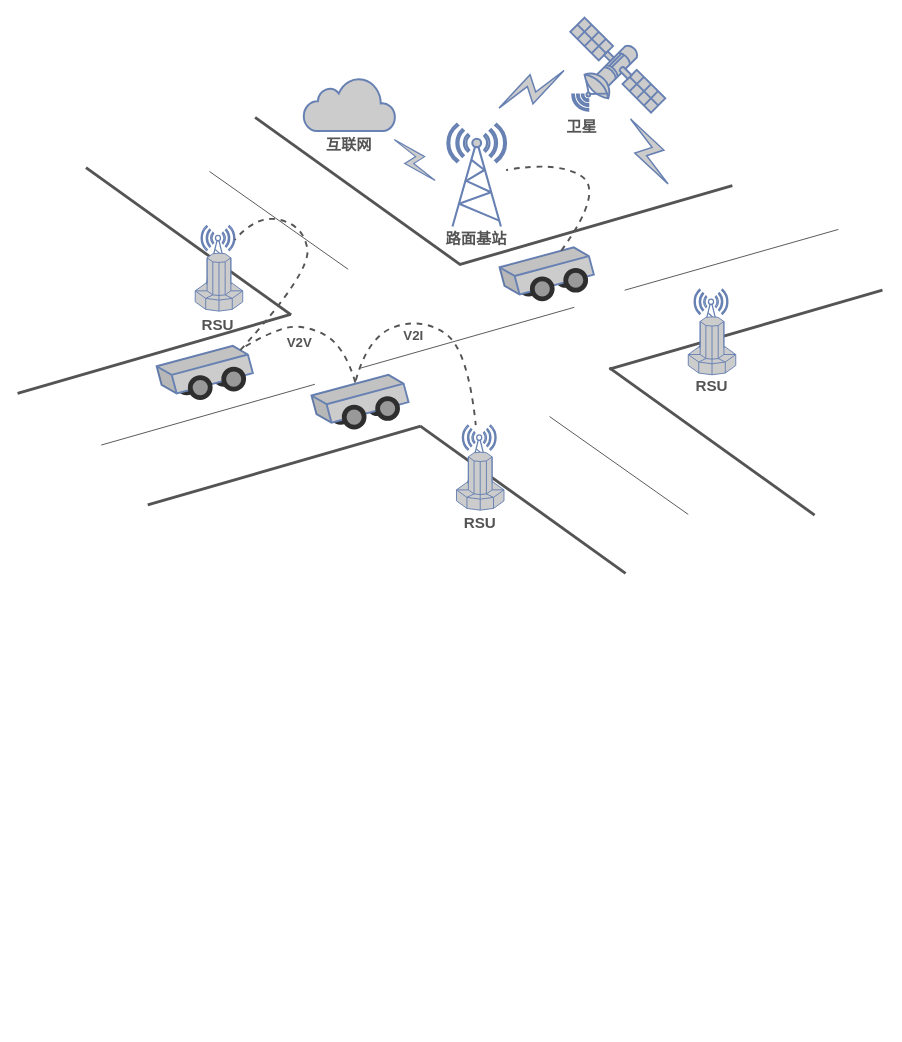
This is cluster/vanet-sys.drawio from trevorHsu/draftChart, a draw.io file, before an edit. Source tidied: cells renumbered, new cells numbered last; positions are measured from the earlier drawing's top-left corner, leaving out a move shared by most shapes. Both pictures are drawn from the tidied source at 95%, with x=0, y=0 at pixel (17, 17).
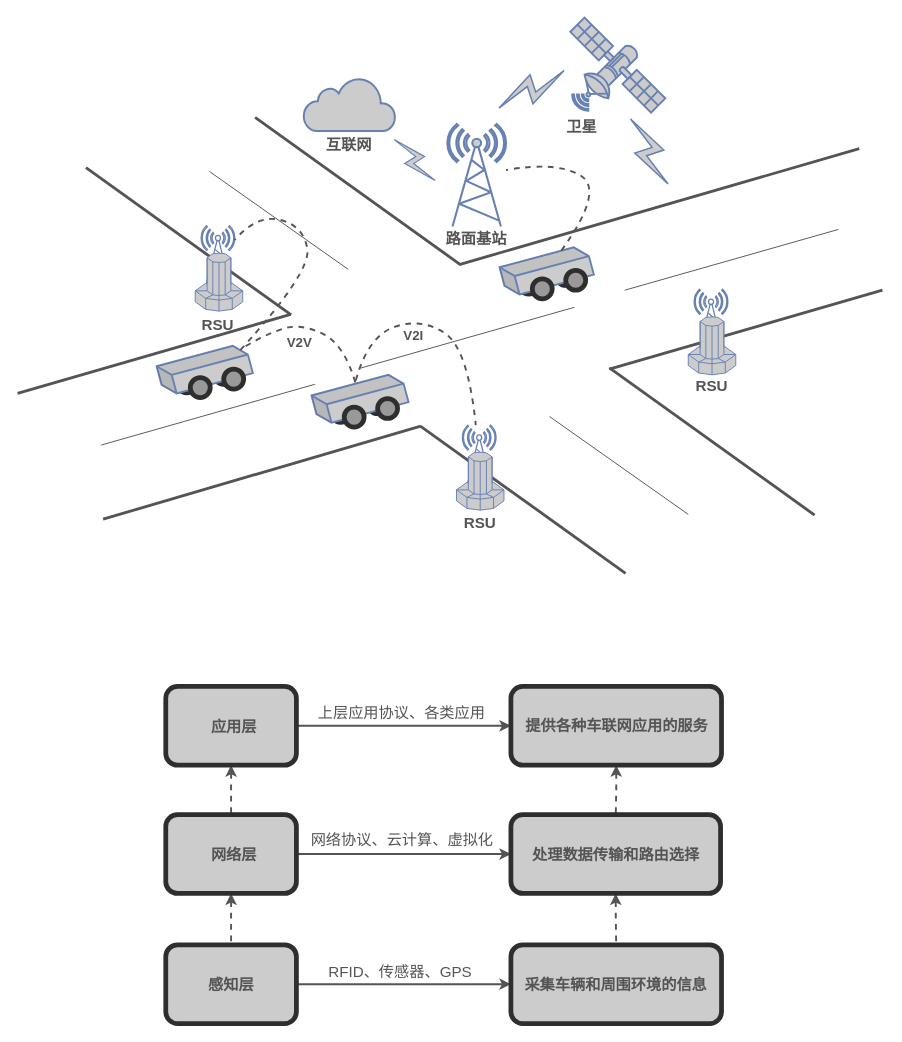
After the change.

The edit, as a diff of the source:
```diff
@@
     <mxCell id="22" style="endArrow=none;html=1;rounded=0;strokeWidth=3;strokeColor=#545454;" parent="1" edge="1">
       <mxGeometry relative="1" as="geometry">
-        <mxPoint x="137" y="513" as="sourcePoint" />
+        <mxPoint x="90" y="528" as="sourcePoint" />
         <mxPoint x="424.4" y="430" as="targetPoint" />
       </mxGeometry>
     </mxCell>
@@
     <mxCell id="25" style="endArrow=none;html=1;rounded=0;strokeWidth=3;strokeColor=#545454;" parent="1" edge="1">
       <mxGeometry relative="1" as="geometry">
         <mxPoint x="465" y="260" as="sourcePoint" />
-        <mxPoint x="752.4" y="177" as="targetPoint" />
+        <mxPoint x="886" y="138" as="targetPoint" />
       </mxGeometry>
     </mxCell>
@@
+    <mxCell id="54" style="edgeStyle=orthogonalEdgeStyle;rounded=0;jettySize=auto;html=1;exitX=1;exitY=0.5;exitDx=0;exitDy=0;entryX=0;entryY=0.5;entryDx=0;entryDy=0;strokeColor=#545454;strokeWidth=2;fontSize=14;fontColor=#545454;endArrow=classic;endFill=1;" parent="1" edge="1" source="56" target="58">
+      <mxGeometry relative="1" as="geometry" />
+    </mxCell>
+    <mxCell id="55" style="edgeStyle=orthogonalEdgeStyle;rounded=0;jettySize=auto;html=1;exitX=0.5;exitY=1;exitDx=0;exitDy=0;entryX=0.5;entryY=0;entryDx=0;entryDy=0;strokeColor=#545454;strokeWidth=2;fontSize=14;fontColor=#545454;endArrow=none;endFill=0;startArrow=classic;startFill=1;dashed=1;" parent="1" edge="1" source="56" target="61">
+      <mxGeometry relative="1" as="geometry" />
+    </mxCell>
+    <mxCell id="56" style="rounded=1;whiteSpace=wrap;html=1;fillStyle=auto;strokeColor=#2E2E2E;strokeWidth=5;fontSize=14;fontColor=#545454;fillColor=#cccccc;gradientColor=none;" parent="1" vertex="1">
+      <mxGeometry x="156" y="704" width="137.5" height="83" as="geometry" />
+    </mxCell>
+    <mxCell id="57" style="edgeStyle=orthogonalEdgeStyle;rounded=0;jettySize=auto;html=1;exitX=0.5;exitY=1;exitDx=0;exitDy=0;entryX=0.5;entryY=0;entryDx=0;entryDy=0;strokeColor=#545454;strokeWidth=2;fontSize=14;fontColor=#545454;endArrow=none;endFill=0;startArrow=classic;startFill=1;dashed=1;" parent="1" edge="1" source="58" target="63">
+      <mxGeometry relative="1" as="geometry" />
+    </mxCell>
+    <mxCell id="58" style="rounded=1;whiteSpace=wrap;html=1;fillStyle=auto;strokeColor=#2E2E2E;strokeWidth=5;fontSize=14;fontColor=#545454;fillColor=#cccccc;gradientColor=none;" parent="1" vertex="1">
+      <mxGeometry x="519.3" y="704" width="221.7" height="83" as="geometry" />
+    </mxCell>
+    <mxCell id="59" style="edgeStyle=orthogonalEdgeStyle;rounded=0;jettySize=auto;html=1;exitX=1;exitY=0.5;exitDx=0;exitDy=0;entryX=0;entryY=0.5;entryDx=0;entryDy=0;strokeColor=#545454;strokeWidth=2;fontSize=14;fontColor=#545454;endArrow=classic;endFill=1;" parent="1" edge="1" source="61" target="63">
+      <mxGeometry relative="1" as="geometry" />
+    </mxCell>
+    <mxCell id="60" style="edgeStyle=orthogonalEdgeStyle;rounded=0;jettySize=auto;html=1;exitX=0.5;exitY=1;exitDx=0;exitDy=0;entryX=0.5;entryY=0;entryDx=0;entryDy=0;strokeColor=#545454;strokeWidth=2;fontSize=14;fontColor=#545454;endArrow=none;endFill=0;startArrow=classic;startFill=1;dashed=1;" parent="1" edge="1" source="61" target="65">
+      <mxGeometry relative="1" as="geometry" />
+    </mxCell>
+    <mxCell id="61" style="rounded=1;whiteSpace=wrap;html=1;fillStyle=auto;strokeColor=#2E2E2E;strokeWidth=5;fontSize=14;fontColor=#545454;fillColor=#cccccc;gradientColor=none;" parent="1" vertex="1">
+      <mxGeometry x="156" y="839" width="137.5" height="83" as="geometry" />
+    </mxCell>
+    <mxCell id="62" style="edgeStyle=orthogonalEdgeStyle;rounded=0;jettySize=auto;html=1;exitX=0.5;exitY=1;exitDx=0;exitDy=0;entryX=0.5;entryY=0;entryDx=0;entryDy=0;strokeColor=#545454;strokeWidth=2;fontSize=14;fontColor=#545454;endArrow=none;endFill=0;startArrow=classic;startFill=1;dashed=1;" parent="1" edge="1" source="63" target="66">
+      <mxGeometry relative="1" as="geometry" />
+    </mxCell>
+    <mxCell id="63" style="rounded=1;whiteSpace=wrap;html=1;fillStyle=auto;strokeColor=#2E2E2E;strokeWidth=5;fontSize=14;fontColor=#545454;fillColor=#cccccc;gradientColor=none;" parent="1" vertex="1">
+      <mxGeometry x="519.3" y="839" width="220.7" height="83" as="geometry" />
+    </mxCell>
+    <mxCell id="64" style="edgeStyle=orthogonalEdgeStyle;rounded=0;jettySize=auto;html=1;exitX=1;exitY=0.5;exitDx=0;exitDy=0;entryX=0;entryY=0.5;entryDx=0;entryDy=0;strokeColor=#545454;strokeWidth=2;fontSize=14;fontColor=#545454;endArrow=classic;endFill=1;" parent="1" edge="1" source="65" target="66">
+      <mxGeometry relative="1" as="geometry" />
+    </mxCell>
+    <mxCell id="65" style="rounded=1;whiteSpace=wrap;html=1;fillStyle=auto;strokeColor=#2E2E2E;strokeWidth=5;fontSize=14;fontColor=#545454;fillColor=#cccccc;gradientColor=none;" parent="1" vertex="1">
+      <mxGeometry x="156" y="976" width="137.5" height="83" as="geometry" />
+    </mxCell>
+    <mxCell id="66" style="rounded=1;whiteSpace=wrap;html=1;fillStyle=auto;strokeColor=#2E2E2E;strokeWidth=5;fontSize=14;fontColor=#545454;fillColor=#cccccc;gradientColor=none;" parent="1" vertex="1">
+      <mxGeometry x="519.3" y="976" width="221.7" height="83" as="geometry" />
+    </mxCell>
+    <mxCell id="67" value="应用层" style="text;strokeColor=none;align=center;fillColor=none;html=1;verticalAlign=middle;whiteSpace=wrap;rounded=0;fontSize=16;fontColor=#545454;fontStyle=1;" parent="1" vertex="1">
+      <mxGeometry x="197.5" y="730.5" width="60" height="30" as="geometry" />
+    </mxCell>
+    <mxCell id="68" value="网络层" style="text;strokeColor=none;align=center;fillColor=none;html=1;verticalAlign=middle;whiteSpace=wrap;rounded=0;fontSize=16;fontColor=#545454;fontStyle=1;" parent="1" vertex="1">
+      <mxGeometry x="197.5" y="865.5" width="60" height="30" as="geometry" />
+    </mxCell>
+    <mxCell id="69" value="感知层" style="text;strokeColor=none;align=center;fillColor=none;html=1;verticalAlign=middle;whiteSpace=wrap;rounded=0;fontSize=16;fontColor=#545454;fontStyle=1;" parent="1" vertex="1">
+      <mxGeometry x="194.7" y="1002.5" width="60" height="30" as="geometry" />
+    </mxCell>
+    <mxCell id="70" value="&lt;span&gt;采集车辆和周围环境的信息&lt;/span&gt;" style="text;strokeColor=none;align=center;fillColor=none;html=1;verticalAlign=middle;whiteSpace=wrap;rounded=0;fontSize=16;fontColor=#545454;fontStyle=1;" parent="1" vertex="1">
+      <mxGeometry x="523.4" y="1002.5" width="213.5" height="30" as="geometry" />
+    </mxCell>
+    <mxCell id="71" value="处理数据传输和路由选择" style="text;strokeColor=none;align=center;fillColor=none;html=1;verticalAlign=middle;whiteSpace=wrap;rounded=0;fontSize=16;fontColor=#545454;fontStyle=1;" parent="1" vertex="1">
+      <mxGeometry x="522.9" y="865.5" width="213.5" height="30" as="geometry" />
+    </mxCell>
+    <mxCell id="72" value="提供各种车联网应用的服务" style="text;strokeColor=none;align=center;fillColor=none;html=1;verticalAlign=middle;whiteSpace=wrap;rounded=0;fontSize=16;fontColor=#545454;fontStyle=1;" parent="1" vertex="1">
+      <mxGeometry x="524.4" y="729.5" width="213.5" height="30" as="geometry" />
+    </mxCell>
+    <mxCell id="73" value="上层应用协议、各类应用" style="text;strokeColor=none;align=center;fillColor=none;html=1;verticalAlign=middle;whiteSpace=wrap;rounded=0;fontSize=16;fontColor=#545454;" parent="1" vertex="1">
+      <mxGeometry x="315.4" y="717" width="179.1" height="30" as="geometry" />
+    </mxCell>
+    <mxCell id="74" value="网络协议、云计算、虚拟化" style="text;strokeColor=none;align=center;fillColor=none;html=1;verticalAlign=middle;whiteSpace=wrap;rounded=0;fontSize=16;fontColor=#545454;" parent="1" vertex="1">
+      <mxGeometry x="299" y="850" width="212" height="30" as="geometry" />
+    </mxCell>
+    <mxCell id="75" value="RFID、传感器、GPS" style="text;strokeColor=none;align=center;fillColor=none;html=1;verticalAlign=middle;whiteSpace=wrap;rounded=0;fontSize=16;fontColor=#545454;" parent="1" vertex="1">
+      <mxGeometry x="323" y="989" width="160" height="30" as="geometry" />
+    </mxCell>
```
